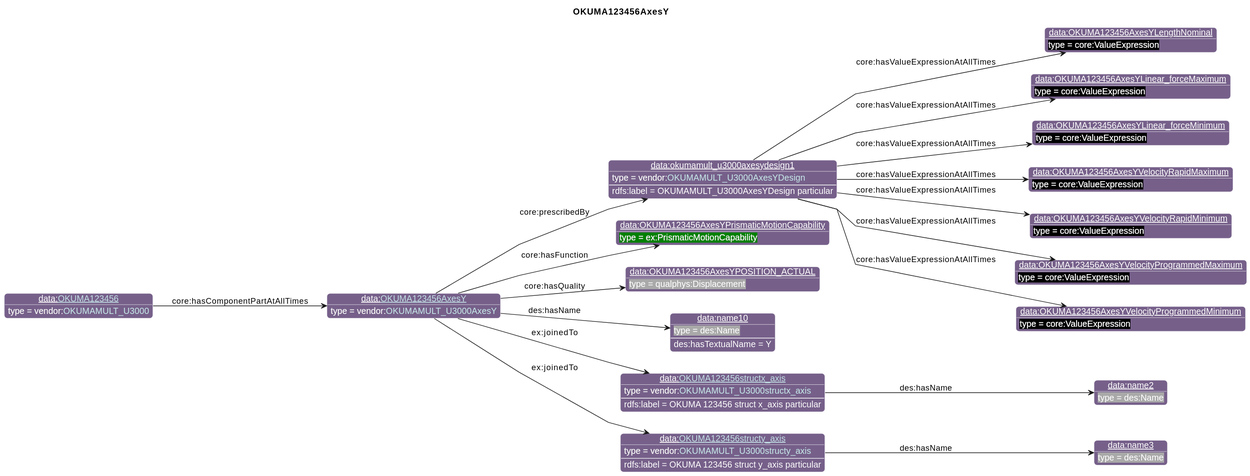
iofoundry/example-syseng-mtconnect keeps this PlantUML diagram as diagrams/OKUMA123456AxesY.svg. Above is the earlier version.
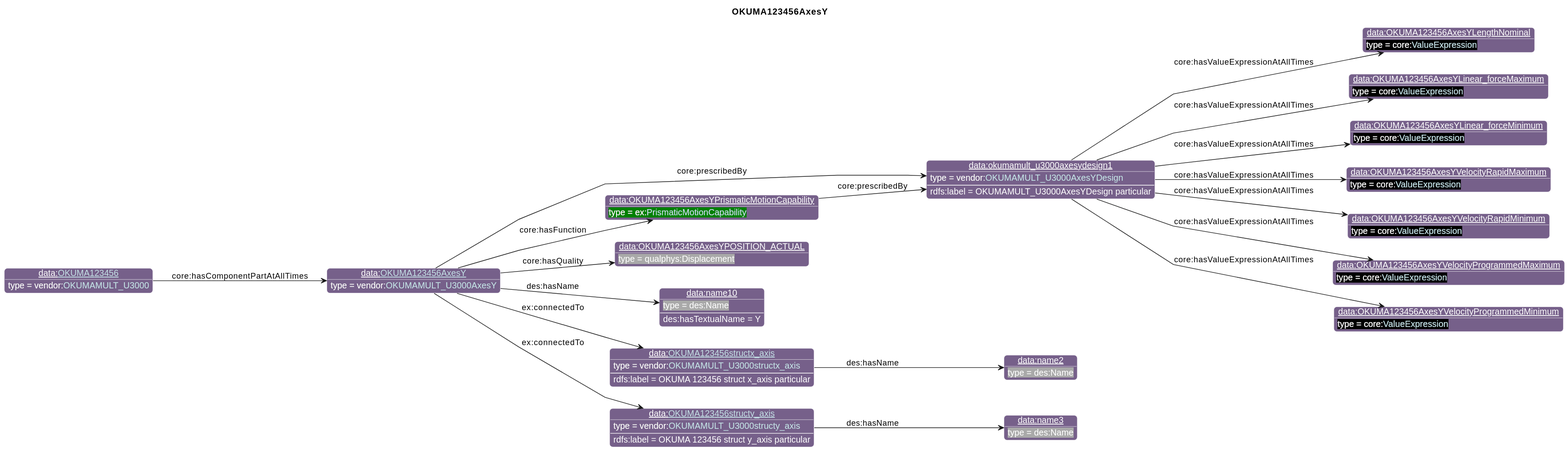
Above is the later version.

Diff of the diagram source:
```diff
@@ -27,14 +27,14 @@
       }
 individual(o0, data:[[./OKUMA123456AxesY.html OKUMA123456AxesY]], vendor:[[../OKUMA.html#OKUMAMULT_U3000AxesY OKUMAMULT_U3000AxesY]])
 individual(o1, data:okumamult_u3000axesydesign1, vendor:[[../OKUMA.html#OKUMAMULT_U3000AxesYDesign OKUMAMULT_U3000AxesYDesign]])
-individual(o2, data:OKUMA123456AxesYLengthNominal, core:ValueExpression)
-individual(o3, data:OKUMA123456AxesYLinear_forceMaximum, core:ValueExpression)
-individual(o4, data:OKUMA123456AxesYLinear_forceMinimum, core:ValueExpression)
-individual(o5, data:OKUMA123456AxesYVelocityRapidMaximum, core:ValueExpression)
-individual(o6, data:OKUMA123456AxesYVelocityRapidMinimum, core:ValueExpression)
-individual(o7, data:OKUMA123456AxesYVelocityProgrammedMaximum, core:ValueExpression)
-individual(o8, data:OKUMA123456AxesYVelocityProgrammedMinimum, core:ValueExpression)
-individual(o9, data:OKUMA123456AxesYPrismaticMotionCapability, ex:PrismaticMotionCapability)
+individual(o2, data:OKUMA123456AxesYLengthNominal, core:[[https://spec.industrialontologies.org/ontology/core/Core/ValueExpression ValueExpression]])
+individual(o3, data:OKUMA123456AxesYLinear_forceMaximum, core:[[https://spec.industrialontologies.org/ontology/core/Core/ValueExpression ValueExpression]])
+individual(o4, data:OKUMA123456AxesYLinear_forceMinimum, core:[[https://spec.industrialontologies.org/ontology/core/Core/ValueExpression ValueExpression]])
+individual(o5, data:OKUMA123456AxesYVelocityRapidMaximum, core:[[https://spec.industrialontologies.org/ontology/core/Core/ValueExpression ValueExpression]])
+individual(o6, data:OKUMA123456AxesYVelocityRapidMinimum, core:[[https://spec.industrialontologies.org/ontology/core/Core/ValueExpression ValueExpression]])
+individual(o7, data:OKUMA123456AxesYVelocityProgrammedMaximum, core:[[https://spec.industrialontologies.org/ontology/core/Core/ValueExpression ValueExpression]])
+individual(o8, data:OKUMA123456AxesYVelocityProgrammedMinimum, core:[[https://spec.industrialontologies.org/ontology/core/Core/ValueExpression ValueExpression]])
+individual(o9, data:OKUMA123456AxesYPrismaticMotionCapability, ex:[[../Example.html#PrismaticMotionCapability PrismaticMotionCapability]])
 individual(o10, data:OKUMA123456AxesYPOSITION_ACTUAL, qualphys:Displacement)
 individual(o11, data:name10, des:Name)
 individual(o12, data:[[./OKUMA123456structx_axis.html OKUMA123456structx_axis]], vendor:[[../OKUMA.html#OKUMAMULT_U3000structx_axis OKUMAMULT_U3000structx_axis]])
@@ -52,13 +52,14 @@
 property(o1, "core:hasValueExpressionAtAllTimes", o7)
 property(o1, "core:hasValueExpressionAtAllTimes", o8)
 property(o0, "core:hasFunction", o9)
+property(o9, "core:prescribedBy", o1)
 property(o0, "core:hasQuality", o10)
 property(o0, "des:hasName", o11)
 data(o11, "des:hasTextualName", "Y")
-property(o0, "ex:joinedTo", o12)
+property(o0, "ex:connectedTo", o12)
 data(o12, "rdfs:label", "OKUMA 123456 struct x_axis particular")
 property(o12, "des:hasName", o13)
-property(o0, "ex:joinedTo", o14)
+property(o0, "ex:connectedTo", o14)
 data(o14, "rdfs:label", "OKUMA 123456 struct y_axis particular")
 property(o14, "des:hasName", o15)
 property(o16, "core:hasComponentPartAtAllTimes", o0)
```
